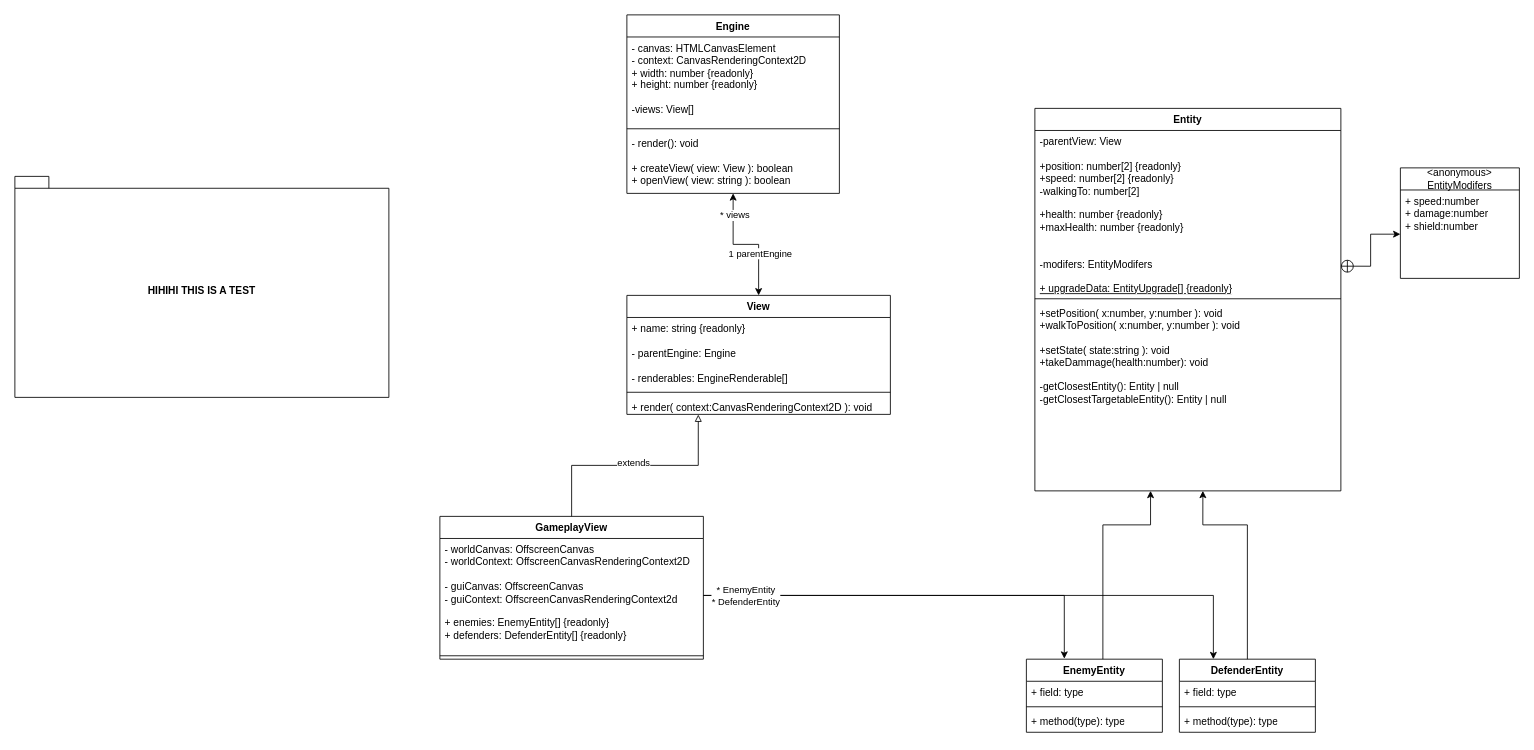
waitimconfused/compscig12-towerdefense keeps this draw.io diagram as Class Structure.drawio. Above is the earlier version. Source tidied: cells renumbered, new cells numbered last; positions are measured from the earlier drawing's top-left corner, leaving out a move shared by most shapes. Both pictures are drawn from the tidied source at 85%, with x=0, y=0 at pixel (14, 14).
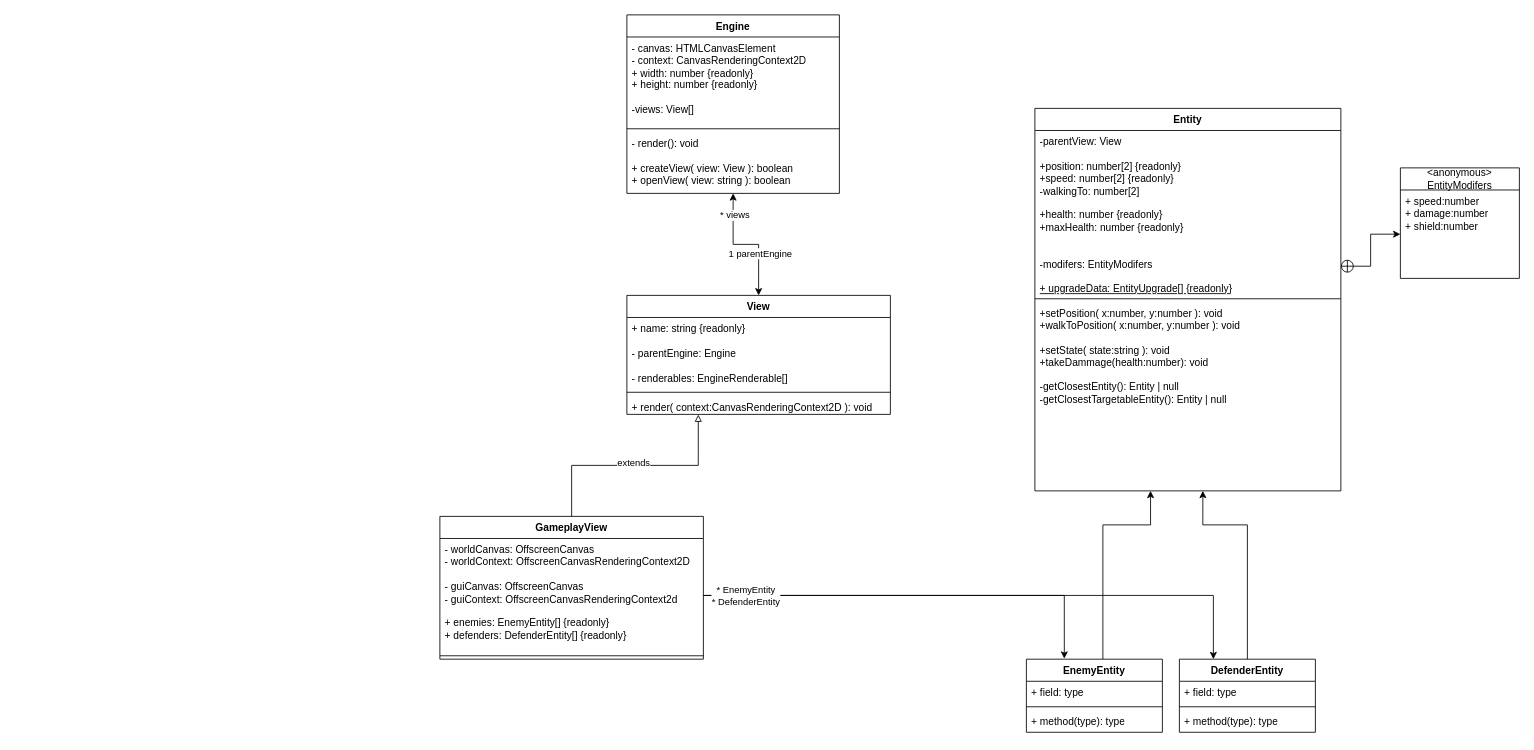
After the change.

What changed in the source:
```diff
@@
-    <mxCell id="38" value="HIHIHI THIS IS A TEST" style="shape=folder;fontStyle=1;spacingTop=10;tabWidth=40;tabHeight=14;tabPosition=left;html=1;whiteSpace=wrap;" parent="1" vertex="1">
-      <mxGeometry y="190" width="440" height="260" as="geometry" />
-    </mxCell>
```
